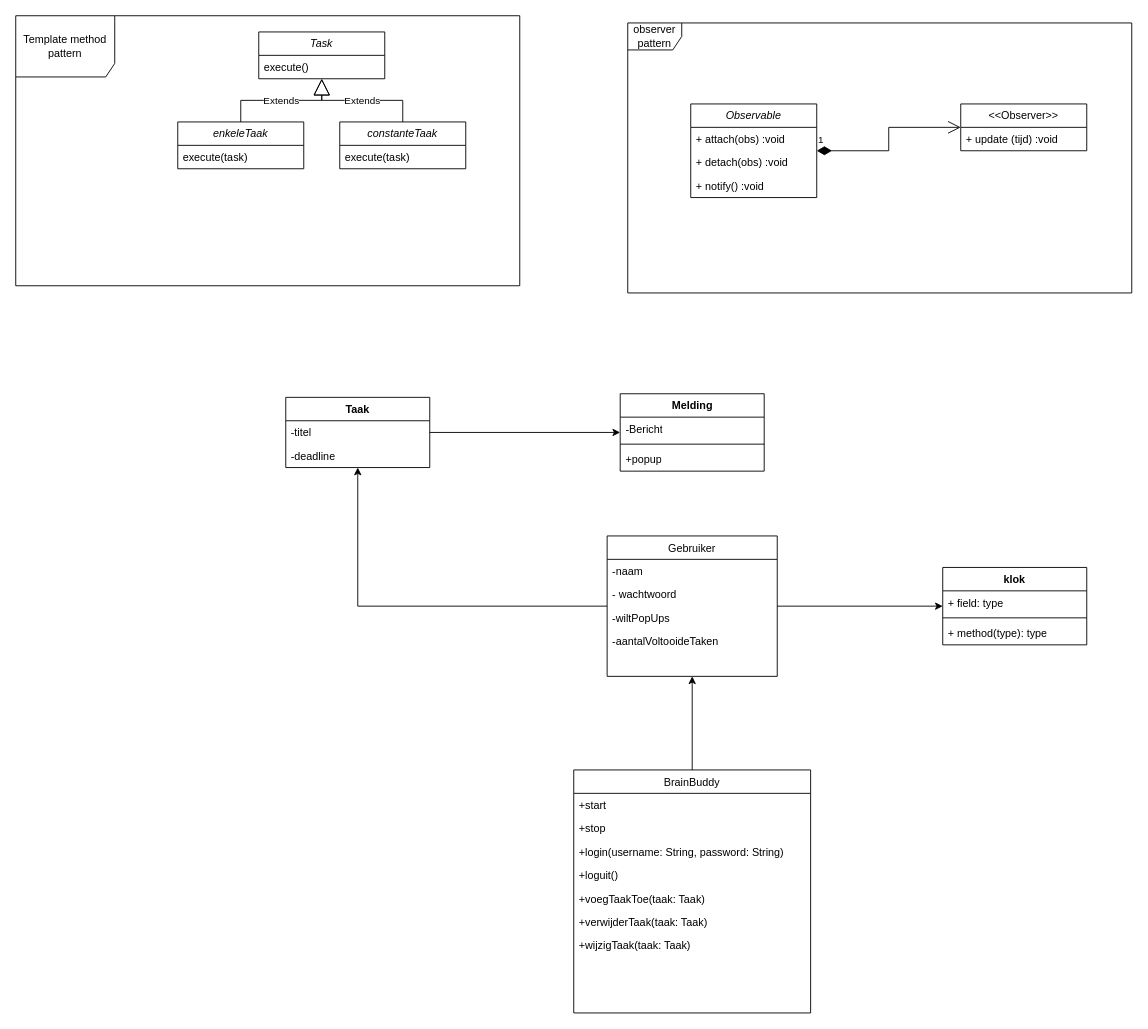
This is OPT3-2023/documentation/Untitled Diagram.drawio from jipiekaye/OPT3-2023, a draw.io file, before an edit. Source tidied: cells renumbered, new cells numbered last; positions are measured from the earlier drawing's top-left corner, leaving out a move shared by most shapes. Both pictures are drawn from the tidied source at 90%, with x=0, y=0 at pixel (15, 15).
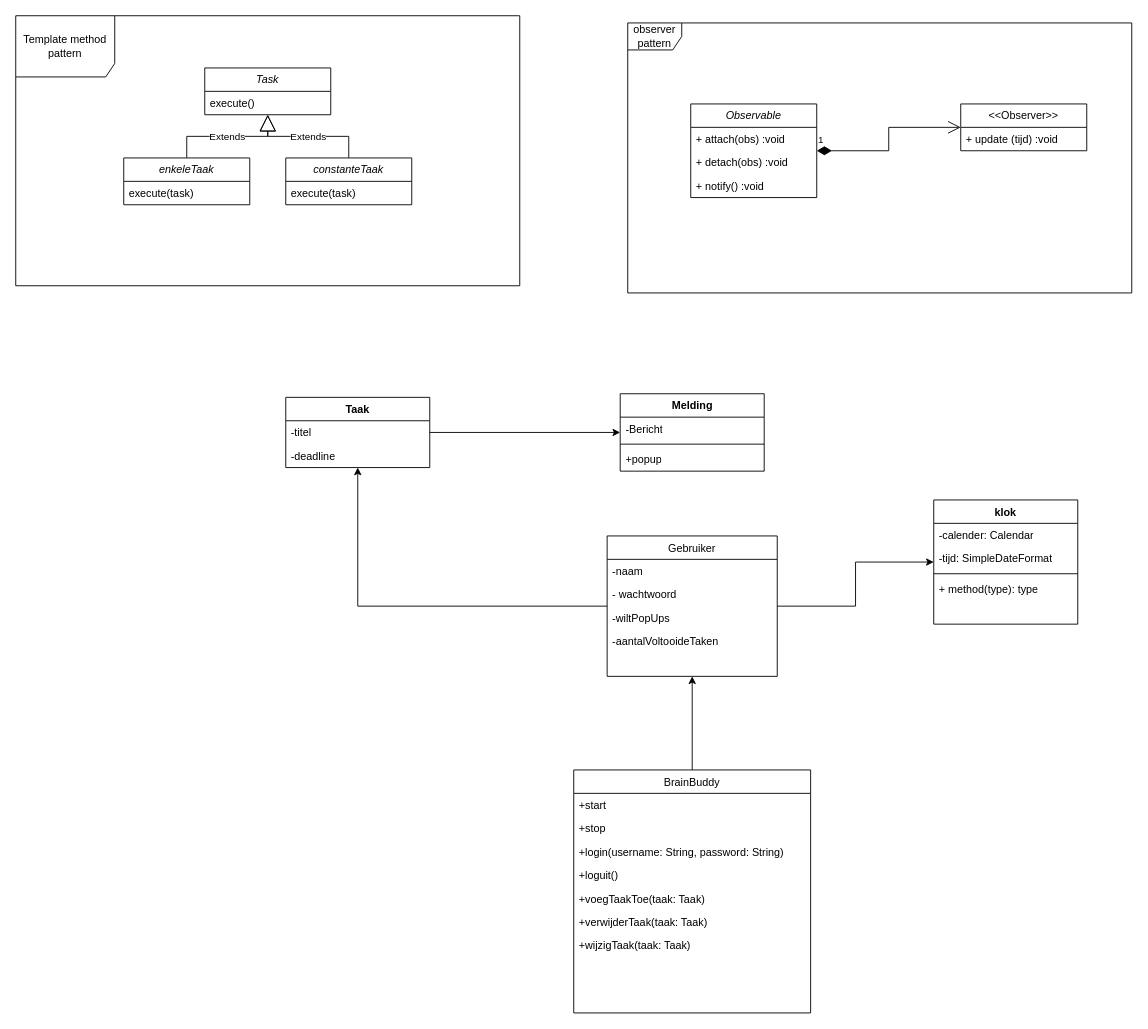
Above is the later version.

The edit, as a diff of the source:
```diff
@@
     <mxCell id="37" value="&lt;i&gt;Task&lt;/i&gt;" style="swimlane;fontStyle=0;horizontal=1;startSize=26;fillColor=none;whiteSpace=wrap;html=1;" parent="1" vertex="1">
-      <mxGeometry x="270" y="18" width="140" height="52" as="geometry" />
+      <mxGeometry x="210" y="58" width="140" height="52" as="geometry" />
     </mxCell>
@@
     <mxCell id="39" value="&lt;i&gt;enkeleTaak&lt;/i&gt;" style="swimlane;fontStyle=0;horizontal=1;startSize=26;fillColor=none;whiteSpace=wrap;html=1;" parent="1" vertex="1">
-      <mxGeometry x="180" y="118" width="140" height="52" as="geometry" />
+      <mxGeometry x="120" y="158" width="140" height="52" as="geometry" />
     </mxCell>
@@
     <mxCell id="41" value="&lt;i&gt;constanteTaak&lt;/i&gt;" style="swimlane;fontStyle=0;horizontal=1;startSize=26;fillColor=none;whiteSpace=wrap;html=1;" parent="1" vertex="1">
-      <mxGeometry x="360" y="118" width="140" height="52" as="geometry" />
+      <mxGeometry x="300" y="158" width="140" height="52" as="geometry" />
     </mxCell>
@@
     <mxCell id="46" value="klok" style="swimlane;fontStyle=1;align=center;verticalAlign=top;horizontal=1;startSize=26;whiteSpace=wrap;html=1;" parent="1" vertex="1">
-      <mxGeometry x="1030" y="613" width="160" height="86" as="geometry" />
+      <mxGeometry x="1020" y="538" width="160" height="138" as="geometry" />
     </mxCell>
-    <mxCell id="47" value="+ field: type" style="text;strokeColor=none;fillColor=none;align=left;verticalAlign=top;spacingLeft=4;spacingRight=4;overflow=hidden;whiteSpace=wrap;html=1;" parent="46" vertex="1">
+    <mxCell id="47" value="-calender: Calendar" style="text;strokeColor=none;fillColor=none;align=left;verticalAlign=top;spacingLeft=4;spacingRight=4;overflow=hidden;whiteSpace=wrap;html=1;" parent="46" vertex="1">
       <mxGeometry y="26" width="160" height="26" as="geometry" />
     </mxCell>
+    <mxCell id="50" value="-tijd: SimpleDateFormat" style="text;strokeColor=none;fillColor=none;align=left;verticalAlign=top;spacingLeft=4;spacingRight=4;overflow=hidden;whiteSpace=wrap;html=1;" parent="46" vertex="1">
+      <mxGeometry y="52" width="160" height="26" as="geometry" />
+    </mxCell>
     <mxCell id="48" style="line;strokeWidth=1;fillColor=none;align=left;verticalAlign=middle;spacingTop=-1;spacingLeft=3;spacingRight=3;labelPosition=right;strokeColor=inherit;" parent="46" vertex="1">
-      <mxGeometry y="52" width="160" height="8" as="geometry" />
+      <mxGeometry y="78" width="160" height="8" as="geometry" />
     </mxCell>
     <mxCell id="49" value="+ method(type): type" style="text;strokeColor=none;fillColor=none;align=left;verticalAlign=top;spacingLeft=4;spacingRight=4;overflow=hidden;whiteSpace=wrap;html=1;" parent="46" vertex="1">
-      <mxGeometry y="60" width="160" height="26" as="geometry" />
+      <mxGeometry y="86" width="160" height="26" as="geometry" />
     </mxCell>
+    <mxCell id="51" style="text;strokeColor=none;fillColor=none;align=left;verticalAlign=top;spacingLeft=4;spacingRight=4;overflow=hidden;whiteSpace=wrap;html=1;" parent="46" vertex="1">
+      <mxGeometry y="112" width="160" height="26" as="geometry" />
+    </mxCell>
```
